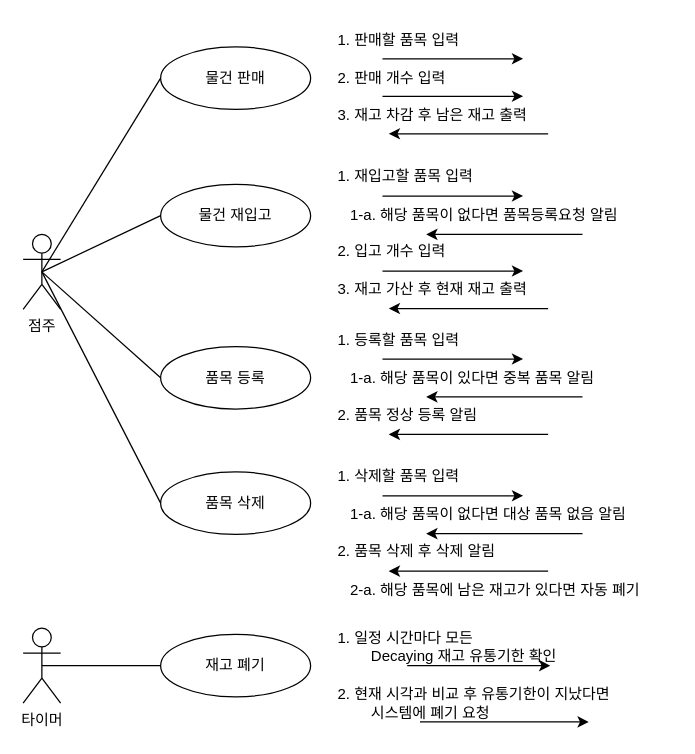
The draw.io diagram docs/diagrams/UserDiagram.drawio in MintBee/HolubSQL, before the edit. Source tidied: cells renumbered, new cells numbered last; positions are measured from the earlier drawing's top-left corner, leaving out a move shared by most shapes. Both pictures are drawn from the tidied source at 125%, with x=0, y=0 at pixel (22, 21).
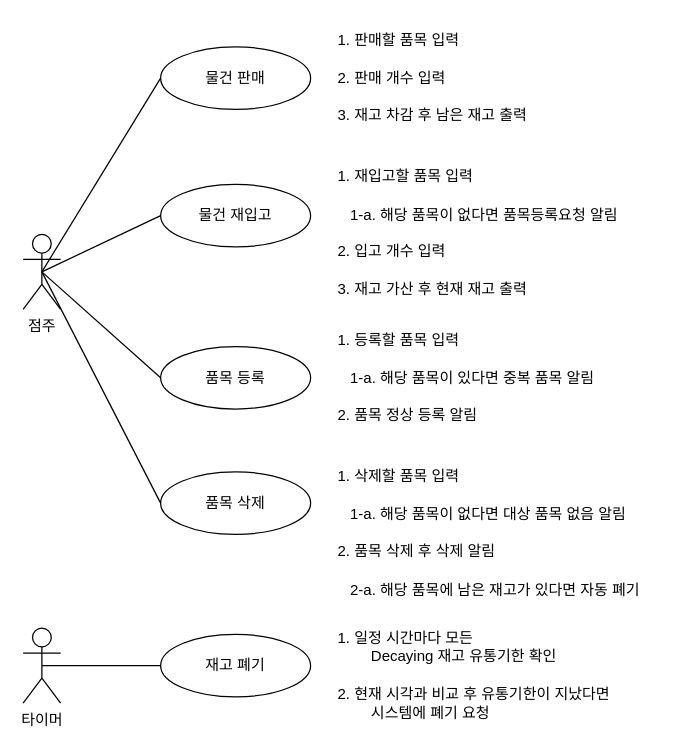
After the change.

Unchanged cells that the change refers to:
```xml
<mxCell id="14" value="1. 판매할 품목 입력" style="text;html=1;strokeColor=none;fillColor=none;align=left;verticalAlign=middle;whiteSpace=wrap;rounded=0;" parent="1" vertex="1">
  <mxGeometry x="250" y="-0.5" width="150" height="30" as="geometry" />
</mxCell>
<mxCell id="16" value="2. 판매 개수 입력" style="text;html=1;strokeColor=none;fillColor=none;align=left;verticalAlign=middle;whiteSpace=wrap;rounded=0;" parent="1" vertex="1">
  <mxGeometry x="250" y="29.5" width="150" height="30" as="geometry" />
</mxCell>
<mxCell id="18" value="3. 재고 차감 후 남은 재고 출력" style="text;html=1;strokeColor=none;fillColor=none;align=left;verticalAlign=middle;whiteSpace=wrap;rounded=0;" parent="1" vertex="1">
  <mxGeometry x="250" y="59.5" width="170" height="30" as="geometry" />
</mxCell>
<mxCell id="20" value="1. 재입고할 품목 입력" style="text;html=1;strokeColor=none;fillColor=none;align=left;verticalAlign=middle;whiteSpace=wrap;rounded=0;" parent="1" vertex="1">
  <mxGeometry x="250" y="109.3" width="150" height="30" as="geometry" />
</mxCell>
<mxCell id="22" value="1-a. 해당 품목이 없다면 품목등록요청 알림" style="text;html=1;strokeColor=none;fillColor=none;align=left;verticalAlign=middle;whiteSpace=wrap;rounded=0;" parent="1" vertex="1">
  <mxGeometry x="260" y="140" width="250" height="30" as="geometry" />
</mxCell>
<mxCell id="24" value="2. 입고 개수 입력" style="text;html=1;strokeColor=none;fillColor=none;align=left;verticalAlign=middle;whiteSpace=wrap;rounded=0;" parent="1" vertex="1">
  <mxGeometry x="250" y="169.3" width="150" height="30" as="geometry" />
</mxCell>
<mxCell id="26" value="3. 재고 가산 후 현재 재고 출력" style="text;html=1;strokeColor=none;fillColor=none;align=left;verticalAlign=middle;whiteSpace=wrap;rounded=0;" parent="1" vertex="1">
  <mxGeometry x="250" y="199.3" width="170" height="30" as="geometry" />
</mxCell>
<mxCell id="28" value="1. 등록할 품목 입력" style="text;html=1;strokeColor=none;fillColor=none;align=left;verticalAlign=middle;whiteSpace=wrap;rounded=0;" parent="1" vertex="1">
  <mxGeometry x="250" y="239.7" width="150" height="30" as="geometry" />
</mxCell>
<mxCell id="30" value="2. 품목 정상 등록 알림" style="text;html=1;strokeColor=none;fillColor=none;align=left;verticalAlign=middle;whiteSpace=wrap;rounded=0;" parent="1" vertex="1">
  <mxGeometry x="250" y="300" width="170" height="30" as="geometry" />
</mxCell>
<mxCell id="32" value="1-a. 해당 품목이 있다면 중복 품목 알림" style="text;html=1;strokeColor=none;fillColor=none;align=left;verticalAlign=middle;whiteSpace=wrap;rounded=0;" parent="1" vertex="1">
  <mxGeometry x="260" y="270" width="250" height="30" as="geometry" />
</mxCell>
<mxCell id="34" value="1. 삭제할 품목 입력" style="text;html=1;strokeColor=none;fillColor=none;align=left;verticalAlign=middle;whiteSpace=wrap;rounded=0;" parent="1" vertex="1">
  <mxGeometry x="250" y="349.1" width="150" height="30" as="geometry" />
</mxCell>
<mxCell id="36" value="2. 품목 삭제 후 삭제 알림" style="text;html=1;strokeColor=none;fillColor=none;align=left;verticalAlign=middle;whiteSpace=wrap;rounded=0;" parent="1" vertex="1">
  <mxGeometry x="250" y="409.4" width="170" height="30" as="geometry" />
</mxCell>
<mxCell id="37" value="1-a. 해당 품목이 없다면 대상 품목 없음 알림" style="text;html=1;strokeColor=none;fillColor=none;align=left;verticalAlign=middle;whiteSpace=wrap;rounded=0;" parent="1" vertex="1">
  <mxGeometry x="260" y="379.4" width="250" height="30" as="geometry" />
</mxCell>
<mxCell id="41" value="1. 일정 시간마다 모든 &lt;br&gt;&lt;span style=&quot;white-space: pre;&quot;&gt;&#9;&lt;/span&gt;Decaying 재고 유통기한 확인" style="text;html=1;strokeColor=none;fillColor=none;align=left;verticalAlign=middle;whiteSpace=wrap;rounded=0;" parent="1" vertex="1">
  <mxGeometry x="250" y="485" width="229" height="30" as="geometry" />
</mxCell>
<mxCell id="42" value="2. 현재 시각과 비교 후 유통기한이 지났다면&lt;br&gt;&lt;span style=&quot;white-space: pre;&quot;&gt;&#9;&lt;/span&gt;시스템에 폐기 요청" style="text;html=1;strokeColor=none;fillColor=none;align=left;verticalAlign=middle;whiteSpace=wrap;rounded=0;" parent="1" vertex="1">
  <mxGeometry x="250" y="530" width="270" height="30" as="geometry" />
</mxCell>
```

What changed in the source:
```diff
@@
-    <mxCell id="15" style="endArrow=classic;html=1;rounded=0;exitX=0.25;exitY=1;exitDx=0;exitDy=0;entryX=1;entryY=1;entryDx=0;entryDy=0;" parent="1" edge="1" source="14" target="14">
-      <mxGeometry relative="1" as="geometry" />
-    </mxCell>
@@
-    <mxCell id="17" style="endArrow=classic;html=1;rounded=0;exitX=0.25;exitY=1;exitDx=0;exitDy=0;entryX=1;entryY=1;entryDx=0;entryDy=0;" parent="1" edge="1" source="16" target="16">
-      <mxGeometry relative="1" as="geometry" />
-    </mxCell>
@@
-    <mxCell id="19" style="endArrow=classic;html=1;rounded=0;exitX=1;exitY=1;exitDx=0;exitDy=0;entryX=0.25;entryY=1;entryDx=0;entryDy=0;" parent="1" edge="1" source="18" target="18">
-      <mxGeometry relative="1" as="geometry" />
-    </mxCell>
@@
-    <mxCell id="21" style="endArrow=classic;html=1;rounded=0;exitX=0.25;exitY=1;exitDx=0;exitDy=0;entryX=1;entryY=1;entryDx=0;entryDy=0;" parent="1" edge="1" source="20" target="20">
-      <mxGeometry relative="1" as="geometry" />
-    </mxCell>
@@
-    <mxCell id="23" style="endArrow=classic;html=1;rounded=0;exitX=0.75;exitY=1;exitDx=0;exitDy=0;entryX=0.25;entryY=1;entryDx=0;entryDy=0;" parent="1" edge="1" source="22" target="22">
-      <mxGeometry relative="1" as="geometry" />
-    </mxCell>
@@
-    <mxCell id="25" style="endArrow=classic;html=1;rounded=0;exitX=0.25;exitY=1;exitDx=0;exitDy=0;entryX=1;entryY=1;entryDx=0;entryDy=0;" parent="1" edge="1" source="24" target="24">
-      <mxGeometry relative="1" as="geometry" />
-    </mxCell>
@@
-    <mxCell id="27" style="endArrow=classic;html=1;rounded=0;exitX=1;exitY=1;exitDx=0;exitDy=0;entryX=0.25;entryY=1;entryDx=0;entryDy=0;" parent="1" edge="1" source="26" target="26">
-      <mxGeometry relative="1" as="geometry" />
-    </mxCell>
@@
-    <mxCell id="29" style="endArrow=classic;html=1;rounded=0;exitX=0.25;exitY=1;exitDx=0;exitDy=0;entryX=1;entryY=1;entryDx=0;entryDy=0;" parent="1" edge="1" source="28" target="28">
-      <mxGeometry relative="1" as="geometry" />
-    </mxCell>
@@
-    <mxCell id="31" style="endArrow=classic;html=1;rounded=0;exitX=1;exitY=1;exitDx=0;exitDy=0;entryX=0.25;entryY=1;entryDx=0;entryDy=0;" parent="1" edge="1" source="30" target="30">
-      <mxGeometry relative="1" as="geometry" />
-    </mxCell>
@@
-    <mxCell id="33" style="endArrow=classic;html=1;rounded=0;exitX=0.75;exitY=1;exitDx=0;exitDy=0;entryX=0.25;entryY=1;entryDx=0;entryDy=0;" parent="1" edge="1" source="32" target="32">
-      <mxGeometry relative="1" as="geometry" />
-    </mxCell>
@@
-    <mxCell id="35" style="endArrow=classic;html=1;rounded=0;exitX=0.25;exitY=1;exitDx=0;exitDy=0;entryX=1;entryY=1;entryDx=0;entryDy=0;" parent="1" edge="1" source="34" target="34">
-      <mxGeometry relative="1" as="geometry" />
-    </mxCell>
@@
-    <mxCell id="38" style="endArrow=classic;html=1;rounded=0;exitX=0.75;exitY=1;exitDx=0;exitDy=0;entryX=0.25;entryY=1;entryDx=0;entryDy=0;" parent="1" edge="1" source="37" target="37">
-      <mxGeometry relative="1" as="geometry" />
-    </mxCell>
@@
-    <mxCell id="40" style="endArrow=classic;html=1;rounded=0;exitX=1;exitY=1;exitDx=0;exitDy=0;entryX=0.25;entryY=1;entryDx=0;entryDy=0;" parent="1" edge="1" source="36" target="36">
-      <mxGeometry relative="1" as="geometry" />
-    </mxCell>
@@
-    <mxCell id="43" style="endArrow=classic;html=1;rounded=0;exitX=0.25;exitY=1;exitDx=0;exitDy=0;entryX=0.75;entryY=1;entryDx=0;entryDy=0;" parent="1" edge="1" source="41" target="41">
-      <mxGeometry relative="1" as="geometry" />
-    </mxCell>
-    <mxCell id="44" style="endArrow=classic;html=1;rounded=0;exitX=0.25;exitY=1;exitDx=0;exitDy=0;entryX=0.75;entryY=1;entryDx=0;entryDy=0;" parent="1" edge="1" source="42" target="42">
-      <mxGeometry relative="1" as="geometry" />
-    </mxCell>
```
